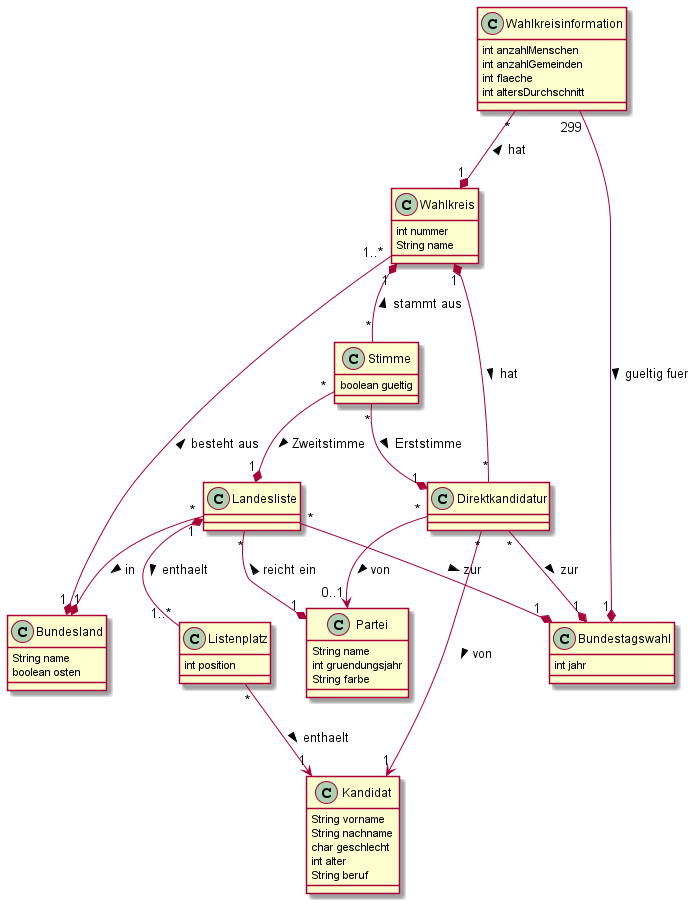
Above: Blatt1/Entwurf.png in Toemmsche/database-systems-project-mirror (PlantUML), before the change.
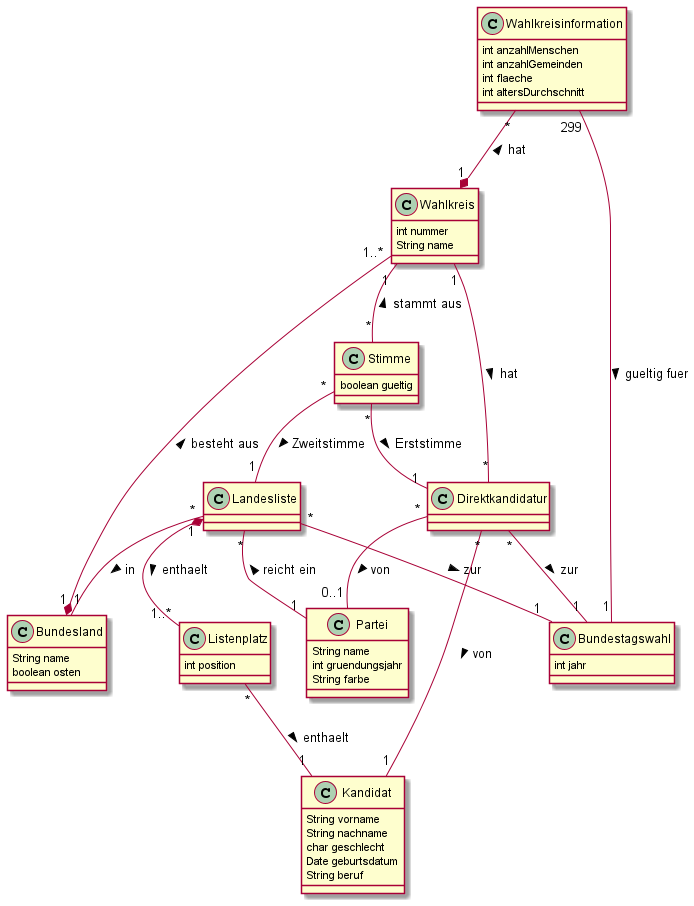
The same diagram one commit later.

Commit message:
reduce number of compositions

Change to the diagram source:
```diff
@@ -3,7 +3,7 @@
     String vorname
     String nachname
     char geschlecht
-    int alter
+    Date geburtsdatum
     String beruf
 }
 
@@ -48,24 +48,24 @@
 class Direktkandidatur {
 }
 
-Landesliste "*" --* "1" Bundesland : in >
-Landesliste "*" --* "1" Partei : < reicht ein
-Landesliste "*" --* "1" Bundestagswahl: zur >
+Landesliste "*" -- "1" Bundesland : in >
+Landesliste "*" -- "1" Partei : < reicht ein
+Landesliste "*" -- "1" Bundestagswahl: zur >
 
 Landesliste "1" *-- "1..*" Listenplatz : enthaelt >
-Listenplatz "*" --> "1" Kandidat : enthaelt >
+Listenplatz "*" -- "1" Kandidat : enthaelt >
 
 Wahlkreis "1..*" --* "1" Bundesland : besteht aus <
 
 Wahlkreisinformation "*" --* "1" Wahlkreis : < hat
-Wahlkreisinformation "299" --* "1" Bundestagswahl: gueltig fuer >
+Wahlkreisinformation "299" -- "1" Bundestagswahl: gueltig fuer >
 
-Direktkandidatur "*" --> "1" Kandidat : von >
-Direktkandidatur "*" --* "1" Wahlkreis : < hat
-Direktkandidatur "*" --> "0..1" Partei : von >
-Direktkandidatur "*" --* "1" Bundestagswahl: zur >
+Direktkandidatur "*" -- "1" Kandidat : von >
+Direktkandidatur "*" -- "1" Wahlkreis : < hat
+Direktkandidatur "*" -- "0..1" Partei : von >
+Direktkandidatur "*" -- "1" Bundestagswahl: zur >
 
-Stimme "*" --* "1" Direktkandidatur : Erststimme >
-Stimme "*" --* "1" Landesliste : Zweitstimme >
-Stimme "*" -up-* "1" Wahlkreis : stammt aus >
+Stimme "*" -- "1" Direktkandidatur : Erststimme >
+Stimme "*" -- "1" Landesliste : Zweitstimme >
+Stimme "*" -up- "1" Wahlkreis : stammt aus >
 @enduml
```
